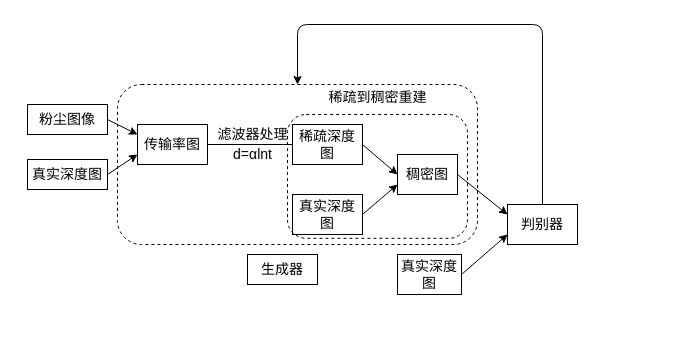
This is Untitled Diagram.drawio from JhmRoy/lanqiao, a draw.io file, before an edit. Source tidied: cells renumbered, new cells numbered last; positions are measured from the earlier drawing's top-left corner, leaving out a move shared by most shapes. Both pictures are drawn from the tidied source at 100%, with x=0, y=0 at pixel (27, 24).
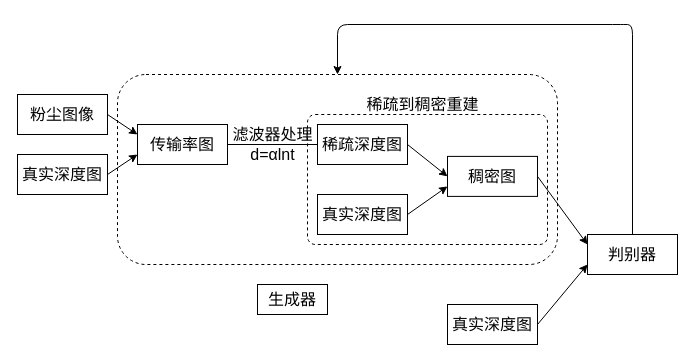
Above is the later version.

The edit, as a diff of the source:
```diff
@@
-    <mxCell id="2" style="rounded=1;whiteSpace=wrap;html=1;fillColor=none;dashed=1;fontSize=14;" parent="1" vertex="1">
-      <mxGeometry x="90" y="60" width="360" height="160" as="geometry" />
+    <mxCell id="2" style="rounded=1;whiteSpace=wrap;html=1;fillColor=none;dashed=1;fontSize=16;" parent="1" vertex="1">
+      <mxGeometry x="90" y="50" width="440" height="190" as="geometry" />
     </mxCell>
-    <mxCell id="3" style="rounded=1;whiteSpace=wrap;html=1;fillColor=none;dashed=1;fontSize=14;" parent="1" vertex="1">
-      <mxGeometry x="260" y="90" width="180" height="123.8" as="geometry" />
+    <mxCell id="3" style="rounded=1;whiteSpace=wrap;html=1;fillColor=none;dashed=1;fontSize=16;arcSize=6;" parent="1" vertex="1">
+      <mxGeometry x="280" y="90" width="240" height="130" as="geometry" />
     </mxCell>
-    <mxCell id="4" value="生成器" style="rounded=0;whiteSpace=wrap;html=1;fillColor=none;fontSize=14;" parent="1" vertex="1">
-      <mxGeometry x="220" y="230" width="70" height="30" as="geometry" />
+    <mxCell id="4" value="生成器" style="rounded=0;whiteSpace=wrap;html=1;fillColor=none;fontSize=16;" parent="1" vertex="1">
+      <mxGeometry x="230" y="260" width="70" height="30" as="geometry" />
     </mxCell>
-    <mxCell id="5" value="粉尘图像" style="rounded=0;whiteSpace=wrap;html=1;fillColor=none;fontSize=14;" parent="1" vertex="1">
-      <mxGeometry y="80" width="80" height="30" as="geometry" />
+    <mxCell id="5" value="粉尘图像" style="rounded=0;whiteSpace=wrap;html=1;fillColor=none;fontSize=16;" parent="1" vertex="1">
+      <mxGeometry x="-10" y="70" width="90" height="40" as="geometry" />
     </mxCell>
-    <mxCell id="6" value="真实深度图" style="rounded=0;whiteSpace=wrap;html=1;fillColor=none;fontSize=14;" parent="1" vertex="1">
-      <mxGeometry y="135" width="80" height="30" as="geometry" />
+    <mxCell id="6" value="真实深度图" style="rounded=0;whiteSpace=wrap;html=1;fillColor=none;fontSize=16;" parent="1" vertex="1">
+      <mxGeometry x="-10" y="130" width="90" height="40" as="geometry" />
     </mxCell>
-    <mxCell id="7" value="传输率图" style="rounded=0;whiteSpace=wrap;html=1;fillColor=none;fontSize=14;" parent="1" vertex="1">
-      <mxGeometry x="110" y="100" width="70" height="40" as="geometry" />
+    <mxCell id="7" value="传输率图" style="rounded=0;whiteSpace=wrap;html=1;fillColor=none;fontSize=16;" parent="1" vertex="1">
+      <mxGeometry x="110" y="100" width="90" height="40" as="geometry" />
     </mxCell>
-    <mxCell id="8" style="endArrow=none;html=1;exitX=1;exitY=0.5;exitDx=0;exitDy=0;fontSize=14;" parent="1" edge="1" source="7" target="9">
+    <mxCell id="8" style="endArrow=none;html=1;exitX=1;exitY=0.5;exitDx=0;exitDy=0;fontSize=16;" parent="1" edge="1" source="7" target="9">
       <mxGeometry relative="1" as="geometry" />
     </mxCell>
-    <mxCell id="9" value="稀疏深度图" style="rounded=0;whiteSpace=wrap;html=1;fillColor=none;fontSize=14;" parent="1" vertex="1">
-      <mxGeometry x="265" y="100" width="70" height="40" as="geometry" />
+    <mxCell id="9" value="稀疏深度图" style="rounded=0;whiteSpace=wrap;html=1;fillColor=none;fontSize=16;" parent="1" vertex="1">
+      <mxGeometry x="290" y="100" width="90" height="40" as="geometry" />
     </mxCell>
-    <mxCell id="10" style="endArrow=classic;html=1;exitX=1;exitY=0.5;exitDx=0;exitDy=0;entryX=0;entryY=0.25;entryDx=0;entryDy=0;fontSize=14;" parent="1" edge="1" source="5" target="7">
+    <mxCell id="10" style="endArrow=classic;html=1;exitX=1;exitY=0.5;exitDx=0;exitDy=0;entryX=0;entryY=0.25;entryDx=0;entryDy=0;fontSize=16;" parent="1" edge="1" source="5" target="7">
       <mxGeometry relative="1" as="geometry" />
     </mxCell>
-    <mxCell id="11" style="endArrow=classic;html=1;exitX=1;exitY=0.5;exitDx=0;exitDy=0;entryX=0;entryY=0.75;entryDx=0;entryDy=0;fontSize=14;" parent="1" edge="1" source="6" target="7">
+    <mxCell id="11" style="endArrow=classic;html=1;exitX=1;exitY=0.5;exitDx=0;exitDy=0;entryX=0;entryY=0.75;entryDx=0;entryDy=0;fontSize=16;" parent="1" edge="1" source="6" target="7">
       <mxGeometry relative="1" as="geometry" />
     </mxCell>
-    <mxCell id="12" value="滤波器处理" style="text;html=1;align=center;verticalAlign=middle;fontSize=14;" parent="1" vertex="1">
-      <mxGeometry x="180" y="100" width="90" height="20" as="geometry" />
+    <mxCell id="12" value="滤波器处理" style="text;html=1;align=center;verticalAlign=middle;fontSize=16;" parent="1" vertex="1">
+      <mxGeometry x="195" y="100" width="100" height="20" as="geometry" />
     </mxCell>
-    <mxCell id="13" value="真实深度图" style="rounded=0;whiteSpace=wrap;html=1;fillColor=none;fontSize=14;" parent="1" vertex="1">
-      <mxGeometry x="265" y="170" width="70" height="40" as="geometry" />
+    <mxCell id="13" value="真实深度图" style="rounded=0;whiteSpace=wrap;html=1;fillColor=none;fontSize=16;" parent="1" vertex="1">
+      <mxGeometry x="290" y="170" width="90" height="40" as="geometry" />
     </mxCell>
-    <mxCell id="14" style="endArrow=classic;html=1;exitX=1;exitY=0.5;exitDx=0;exitDy=0;entryX=0;entryY=0.5;entryDx=0;entryDy=0;fontSize=14;" parent="1" edge="1" source="9" target="15">
+    <mxCell id="14" style="endArrow=classic;html=1;exitX=1;exitY=0.5;exitDx=0;exitDy=0;entryX=0;entryY=0.5;entryDx=0;entryDy=0;fontSize=16;" parent="1" edge="1" source="9" target="15">
       <mxGeometry relative="1" as="geometry" />
     </mxCell>
-    <mxCell id="15" value="稠密图" style="rounded=0;whiteSpace=wrap;html=1;fillColor=none;fontSize=14;" parent="1" vertex="1">
-      <mxGeometry x="370" y="130" width="60" height="40" as="geometry" />
+    <mxCell id="15" value="稠密图" style="rounded=0;whiteSpace=wrap;html=1;fillColor=none;fontSize=16;" parent="1" vertex="1">
+      <mxGeometry x="420" y="131.9" width="90" height="40" as="geometry" />
     </mxCell>
-    <mxCell id="16" value="d=αlnt" style="text;html=1;align=center;verticalAlign=middle;fontSize=14;" parent="1" vertex="1">
-      <mxGeometry x="200" y="120" width="50" height="20" as="geometry" />
+    <mxCell id="16" value="d=αlnt" style="text;html=1;align=center;verticalAlign=middle;fontSize=16;" parent="1" vertex="1">
+      <mxGeometry x="215" y="120" width="60" height="20" as="geometry" />
     </mxCell>
-    <mxCell id="17" value="稀疏到稠密重建" style="text;html=1;align=center;verticalAlign=middle;fontSize=14;" parent="1" vertex="1">
-      <mxGeometry x="295" y="62.5" width="110" height="20" as="geometry" />
+    <mxCell id="17" value="稀疏到稠密重建" style="text;html=1;align=center;verticalAlign=middle;fontSize=16;" parent="1" vertex="1">
+      <mxGeometry x="330" y="70" width="130" height="20" as="geometry" />
     </mxCell>
-    <mxCell id="18" style="endArrow=classic;html=1;exitX=1;exitY=0.5;exitDx=0;exitDy=0;entryX=0;entryY=0.75;entryDx=0;entryDy=0;fontSize=14;" parent="1" edge="1" source="13" target="15">
+    <mxCell id="18" style="endArrow=classic;html=1;exitX=1;exitY=0.5;exitDx=0;exitDy=0;entryX=0;entryY=0.75;entryDx=0;entryDy=0;fontSize=16;" parent="1" edge="1" source="13" target="15">
       <mxGeometry relative="1" as="geometry" />
     </mxCell>
-    <mxCell id="19" value="真实深度图" style="rounded=0;whiteSpace=wrap;html=1;fillColor=none;fontSize=14;" parent="1" vertex="1">
-      <mxGeometry x="370" y="230" width="64" height="40" as="geometry" />
+    <mxCell id="19" value="真实深度图" style="rounded=0;whiteSpace=wrap;html=1;fillColor=none;fontSize=16;" parent="1" vertex="1">
+      <mxGeometry x="420" y="280" width="90" height="40" as="geometry" />
     </mxCell>
-    <mxCell id="20" style="endArrow=classic;html=1;exitX=1;exitY=0.5;exitDx=0;exitDy=0;entryX=0;entryY=0.25;entryDx=0;entryDy=0;fontSize=14;" parent="1" edge="1" source="15" target="21">
+    <mxCell id="20" style="endArrow=classic;html=1;exitX=1;exitY=0.5;exitDx=0;exitDy=0;entryX=0;entryY=0.25;entryDx=0;entryDy=0;fontSize=16;" parent="1" edge="1" source="15" target="21">
       <mxGeometry relative="1" as="geometry" />
     </mxCell>
-    <mxCell id="21" value="判别器" style="rounded=0;whiteSpace=wrap;html=1;fillColor=none;fontSize=14;" parent="1" vertex="1">
-      <mxGeometry x="480" y="180" width="70" height="40" as="geometry" />
+    <mxCell id="21" value="判别器" style="rounded=0;whiteSpace=wrap;html=1;fillColor=none;fontSize=16;" parent="1" vertex="1">
+      <mxGeometry x="560" y="210" width="90" height="40" as="geometry" />
     </mxCell>
-    <mxCell id="22" style="endArrow=classic;html=1;exitX=1;exitY=0.5;exitDx=0;exitDy=0;entryX=0;entryY=0.75;entryDx=0;entryDy=0;fontSize=14;" parent="1" edge="1" source="19" target="21">
+    <mxCell id="22" style="endArrow=classic;html=1;exitX=1;exitY=0.5;exitDx=0;exitDy=0;entryX=0;entryY=0.75;entryDx=0;entryDy=0;fontSize=16;" parent="1" edge="1" source="19" target="21">
       <mxGeometry relative="1" as="geometry" />
     </mxCell>
-    <mxCell id="23" style="edgeStyle=segmentEdgeStyle;endArrow=classic;html=1;exitX=0.5;exitY=0;exitDx=0;exitDy=0;entryX=0.5;entryY=0;entryDx=0;entryDy=0;" parent="1" edge="1" source="21" target="2">
+    <mxCell id="23" style="edgeStyle=segmentEdgeStyle;endArrow=classic;html=1;exitX=0.5;exitY=0;exitDx=0;exitDy=0;entryX=0.5;entryY=0;entryDx=0;entryDy=0;fontSize=16;" parent="1" edge="1" source="21" target="2">
       <mxGeometry relative="1" as="geometry">
         <Array as="points">
-          <mxPoint x="515" />
+          <mxPoint x="595" />
           <mxPoint x="270" />
         </Array>
       </mxGeometry>
     </mxCell>
```
